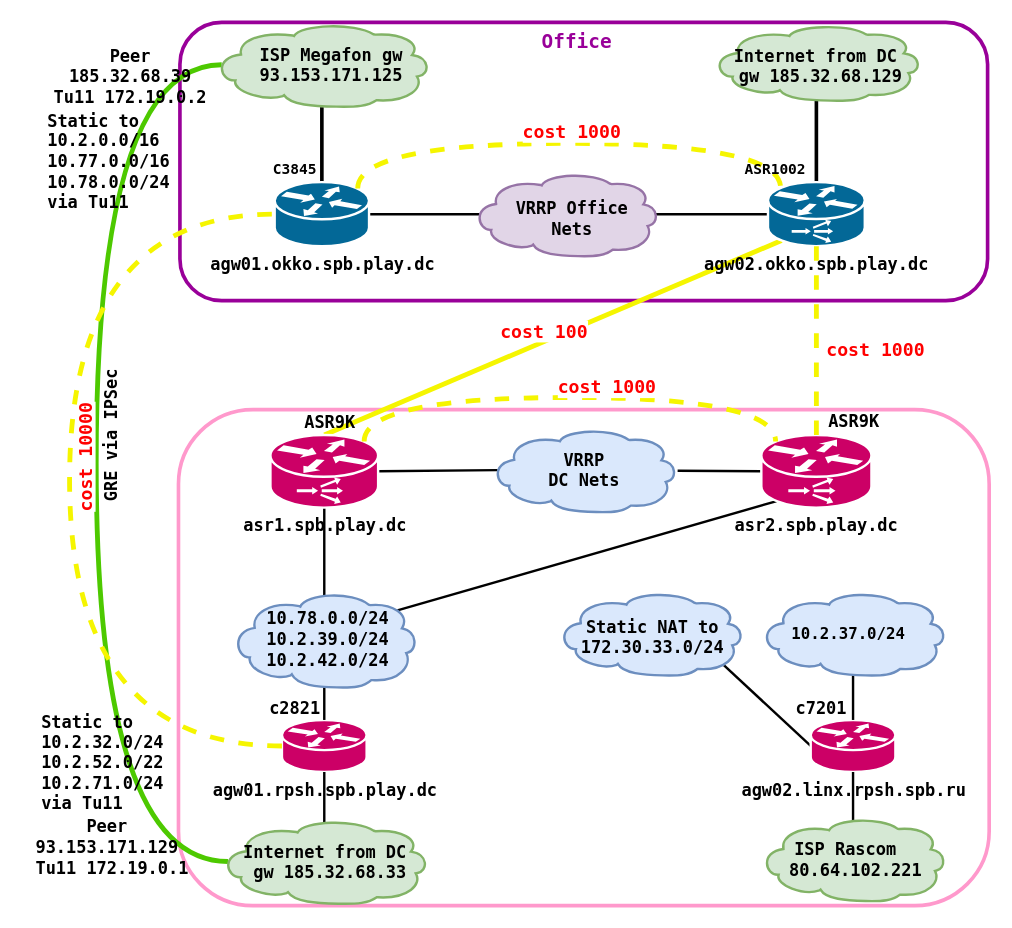
The draw.io diagram page "OSPF before" (2 of 2) of L3.drawio in nrskirda/FirstRepository, before the edit. Source tidied: cells renumbered, new cells numbered last; positions are measured from the earlier drawing's top-left corner, leaving out a move shared by most shapes. Both pictures are drawn from the tidied source at 121%, with x=0, y=0 at pixel (21, 22).
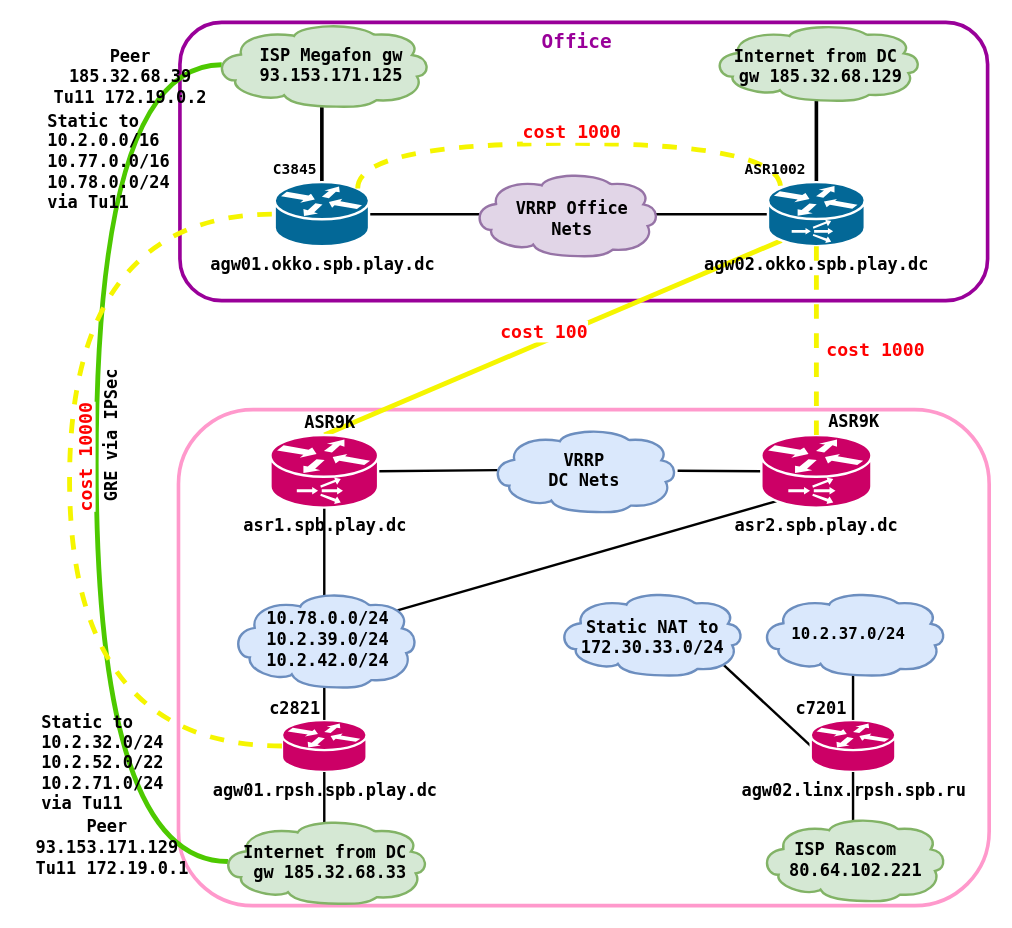
After the change.

The change refers to these unchanged cells:
```xml
<mxCell id="24" value="&lt;span style=&quot;color: rgb(0, 0, 0); font-size: 14px; font-style: normal; letter-spacing: normal; text-align: center; text-indent: 0px; text-transform: none; word-spacing: 0px; float: none; display: inline;&quot;&gt;asr1.spb.play.dc&lt;/span&gt;" style="shape=mxgraph.cisco.routers.content_service_router;html=1;dashed=0;fillColor=#CC0066;strokeColor=#ffffff;strokeWidth=2;verticalLabelPosition=bottom;verticalAlign=top;align=center;outlineConnect=0;fontFamily=Lucida Console;labelBackgroundColor=none;horizontal=1;fontSize=14;fontStyle=1;" parent="1" vertex="1">
  <mxGeometry x="206" y="341" width="89" height="60" as="geometry" />
</mxCell>
<mxCell id="27" value="&lt;span style=&quot;color: rgb(0, 0, 0); font-size: 14px; font-style: normal; letter-spacing: normal; text-align: center; text-indent: 0px; text-transform: none; word-spacing: 0px; float: none; display: inline;&quot;&gt;asr2.spb.play.dc&lt;/span&gt;" style="shape=mxgraph.cisco.routers.content_service_router;html=1;dashed=0;fillColor=#CC0066;strokeColor=#ffffff;strokeWidth=2;verticalLabelPosition=bottom;verticalAlign=top;align=center;outlineConnect=0;fontFamily=Lucida Console;labelBackgroundColor=none;horizontal=1;gradientColor=none;fontSize=14;fontStyle=1;" parent="1" vertex="1">
  <mxGeometry x="611.7" y="341" width="91" height="60" as="geometry" />
</mxCell>
```

Diff of the diagram source:
```diff
@@
-    <mxCell id="61" value="agw03.okko" style="comic=0;jettySize=auto;html=1;shadow=0;endArrow=none;endFill=0;fontFamily=Lucida Console;strokeWidth=4;fillColor=#e3c800;strokeColor=#F5F500;spacingRight=0;labelBorderColor=none;labelBackgroundColor=none;noLabel=1;fontColor=none;fontSize=14;fontStyle=1;exitX=0.87;exitY=0.09;exitDx=0;exitDy=0;exitPerimeter=0;entryX=0.13;entryY=0.09;entryDx=0;entryDy=0;entryPerimeter=0;dashed=1;edgeStyle=orthogonalEdgeStyle;curved=1;" parent="1" edge="1" source="24" target="27">
-      <mxGeometry relative="1" as="geometry">
-        <Array as="points">
-          <mxPoint x="283" y="310" />
-          <mxPoint x="624" y="310" />
-        </Array>
-        <mxPoint y="1" as="offset" />
-      </mxGeometry>
-    </mxCell>
-    <mxCell id="62" value="&lt;font color=&quot;#ff0000&quot; style=&quot;font-size: 15px&quot;&gt;cost 1000&lt;/font&gt;" style="edgeLabel;html=1;align=center;verticalAlign=middle;fontSize=15;fontFamily=Lucida Console;fontStyle=1;" parent="61" vertex="1">
-      <mxGeometry x="0.15" y="1" relative="1" as="geometry">
-        <mxPoint y="-9" as="offset" />
-      </mxGeometry>
-    </mxCell>
```
